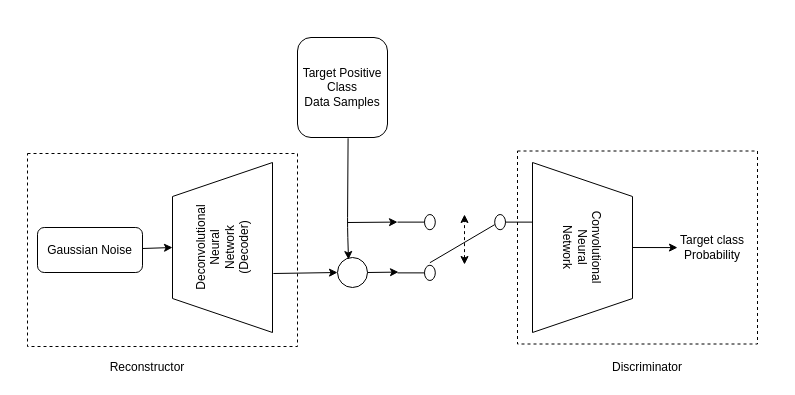
This is Untitled Diagram.drawio from zhiguangxu/OCC-DAL, a draw.io file, before an edit. Source tidied: cells renumbered, new cells numbered last; positions are measured from the earlier drawing's top-left corner, leaving out a move shared by most shapes. Both pictures are drawn from the tidied source at 100%, with x=0, y=0 at pixel (27, 37).
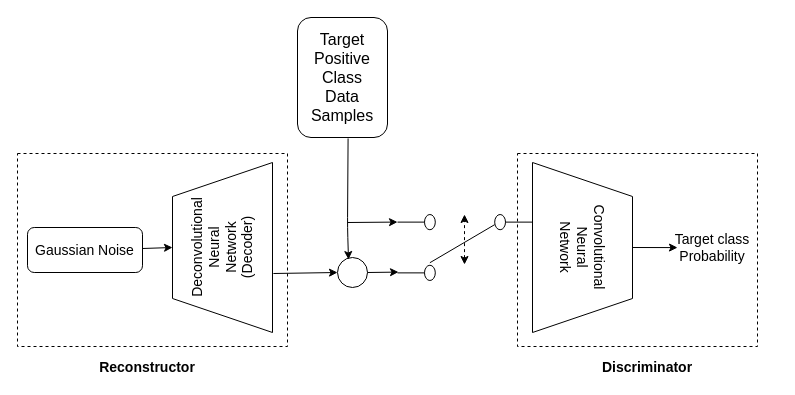
After the change.

Change to the diagram source:
```diff
@@
-    <mxCell id="2" value="Deconvolutional&lt;br&gt;Neural&lt;br&gt;Network&lt;br&gt;(Decoder)" style="shape=trapezoid;perimeter=trapezoidPerimeter;whiteSpace=wrap;html=1;rotation=-90;" parent="1" vertex="1">
+    <mxCell id="2" value="&lt;font style=&quot;font-size: 14px&quot;&gt;Deconvolutional&lt;br&gt;Neural&lt;br&gt;Network&lt;br&gt;(Decoder)&lt;/font&gt;" style="shape=trapezoid;perimeter=trapezoidPerimeter;whiteSpace=wrap;html=1;rotation=-90;" parent="1" vertex="1">
       <mxGeometry x="110" y="160" width="170" height="100" as="geometry" />
     </mxCell>
-    <mxCell id="3" value="Target Positive Class&lt;br&gt;Data Samples" style="rounded=1;whiteSpace=wrap;html=1;" parent="1" vertex="1">
-      <mxGeometry x="270" width="90" height="100" as="geometry" />
+    <mxCell id="3" value="&lt;font style=&quot;font-size: 16px&quot;&gt;Target Positive Class&lt;br&gt;Data Samples&lt;/font&gt;" style="rounded=1;whiteSpace=wrap;html=1;fontSize=16;" parent="1" vertex="1">
+      <mxGeometry x="270" y="-20" width="90" height="120" as="geometry" />
     </mxCell>
-    <mxCell id="4" value="Convolutional&lt;br&gt;Neural&lt;br&gt;Network" style="shape=trapezoid;perimeter=trapezoidPerimeter;whiteSpace=wrap;html=1;rotation=90;" parent="1" vertex="1">
+    <mxCell id="4" value="&lt;font style=&quot;font-size: 14px&quot;&gt;Convolutional&lt;br&gt;Neural&lt;br&gt;Network&lt;/font&gt;" style="shape=trapezoid;perimeter=trapezoidPerimeter;whiteSpace=wrap;html=1;rotation=90;" parent="1" vertex="1">
       <mxGeometry x="470" y="160" width="170" height="100" as="geometry" />
     </mxCell>
@@
-    <mxCell id="12" value="Gaussian Noise" style="rounded=1;whiteSpace=wrap;html=1;" parent="1" vertex="1">
-      <mxGeometry x="10" y="190" width="105" height="45" as="geometry" />
+    <mxCell id="12" value="&lt;font style=&quot;font-size: 14px&quot;&gt;Gaussian Noise&lt;/font&gt;" style="rounded=1;whiteSpace=wrap;html=1;" parent="1" vertex="1">
+      <mxGeometry y="190" width="115" height="45" as="geometry" />
     </mxCell>
@@
     <mxCell id="14" style="rounded=0;whiteSpace=wrap;html=1;fillColor=none;dashed=1;" parent="1" vertex="1">
-      <mxGeometry y="116" width="270" height="193" as="geometry" />
+      <mxGeometry x="-10" y="116" width="270" height="193" as="geometry" />
     </mxCell>
@@
-    <mxCell id="16" value="Target class &lt;br&gt;Probability" style="text;html=1;strokeColor=none;fillColor=none;align=center;verticalAlign=middle;whiteSpace=wrap;rounded=0;dashed=1;" parent="1" vertex="1">
+    <mxCell id="16" value="&lt;font style=&quot;font-size: 14px&quot;&gt;Target class &lt;br&gt;Probability&lt;/font&gt;" style="text;html=1;strokeColor=none;fillColor=none;align=center;verticalAlign=middle;whiteSpace=wrap;rounded=0;dashed=1;" parent="1" vertex="1">
       <mxGeometry x="620" y="200" width="130" height="20" as="geometry" />
     </mxCell>
     <mxCell id="17" style="rounded=0;whiteSpace=wrap;html=1;fillColor=none;dashed=1;" parent="1" vertex="1">
-      <mxGeometry x="490" y="113.5" width="240" height="193" as="geometry" />
+      <mxGeometry x="490" y="116" width="240" height="193" as="geometry" />
     </mxCell>
-    <mxCell id="18" value="Reconstructor" style="text;html=1;strokeColor=none;fillColor=none;align=center;verticalAlign=middle;whiteSpace=wrap;rounded=0;dashed=1;" parent="1" vertex="1">
+    <mxCell id="18" value="&lt;font style=&quot;font-size: 14px&quot;&gt;&lt;b&gt;Reconstructor&lt;/b&gt;&lt;/font&gt;" style="text;html=1;strokeColor=none;fillColor=none;align=center;verticalAlign=middle;whiteSpace=wrap;rounded=0;dashed=1;" parent="1" vertex="1">
       <mxGeometry x="100" y="320" width="40" height="20" as="geometry" />
     </mxCell>
-    <mxCell id="19" value="Discriminator" style="text;html=1;strokeColor=none;fillColor=none;align=center;verticalAlign=middle;whiteSpace=wrap;rounded=0;dashed=1;" parent="1" vertex="1">
+    <mxCell id="19" value="&lt;font style=&quot;font-size: 14px&quot;&gt;&lt;b&gt;Discriminator&lt;/b&gt;&lt;/font&gt;" style="text;html=1;strokeColor=none;fillColor=none;align=center;verticalAlign=middle;whiteSpace=wrap;rounded=0;dashed=1;" parent="1" vertex="1">
       <mxGeometry x="600" y="320" width="40" height="20" as="geometry" />
     </mxCell>
```
